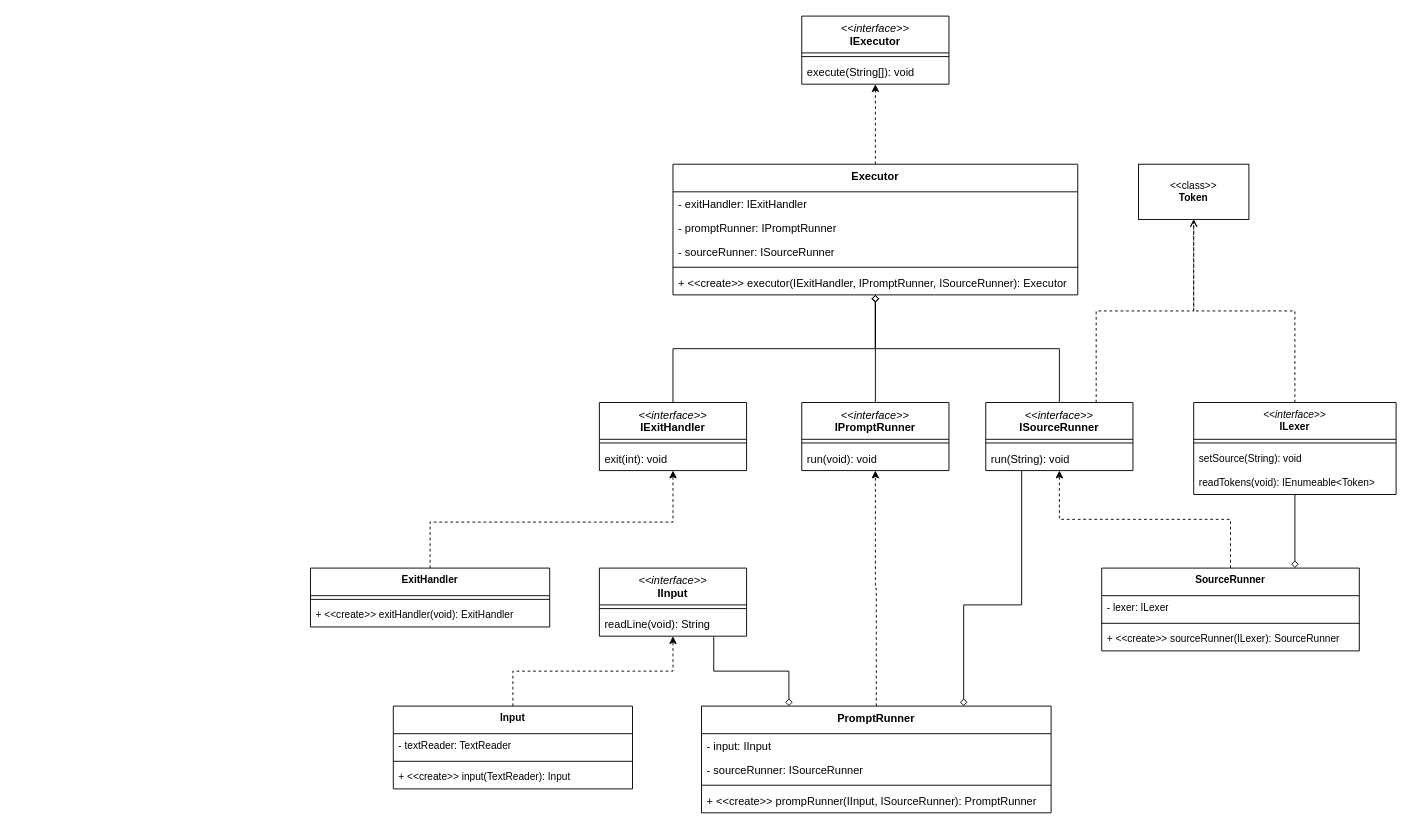
sradms0/lox keeps this draw.io diagram as cslox/doc/uml-class-diagram.drawio. Above is the earlier version. Source tidied: cells renumbered, new cells numbered last; positions are measured from the earlier drawing's top-left corner, leaving out a move shared by most shapes. Both pictures are drawn from the tidied source at 92%, with x=0, y=0 at pixel (310, 16).
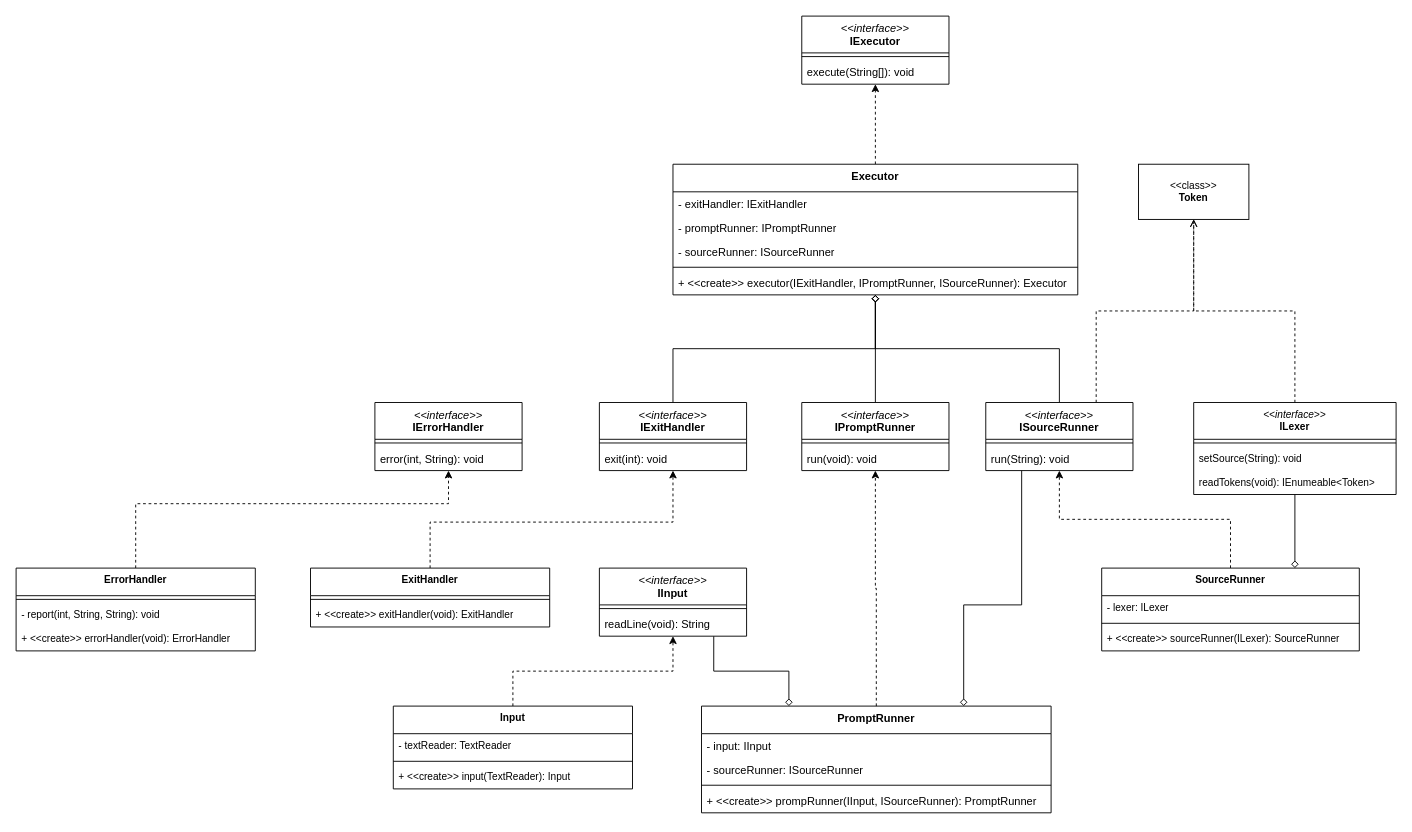
After the change.

Commit message (it also covers changes not shown here):
4.1.1: Add ErrorHandler IErrorHandler implementation unit test (fail).

Diff of the diagram source:
```diff
@@
+    <mxCell id="58" value="&lt;span style=&quot;font-weight: normal;&quot;&gt;&lt;i&gt;&amp;lt;&amp;lt;interface&amp;gt;&amp;gt;&lt;/i&gt;&lt;/span&gt;&lt;div&gt;IErrorHandler&lt;/div&gt;" style="swimlane;fontStyle=1;align=center;verticalAlign=top;horizontal=1;startSize=40;whiteSpace=wrap;html=1;" parent="1" vertex="1">
+      <mxGeometry x="70" y="420" width="160" height="74" as="geometry" />
+    </mxCell>
+    <mxCell id="59" style="line;strokeWidth=1;fillColor=none;align=left;verticalAlign=middle;spacingTop=-1;spacingLeft=3;spacingRight=3;labelPosition=right;strokeColor=inherit;" parent="58" vertex="1">
+      <mxGeometry y="40" width="160" height="8" as="geometry" />
+    </mxCell>
+    <mxCell id="60" value="error(int, String): void" style="text;strokeColor=none;fillColor=none;align=left;verticalAlign=top;spacingLeft=4;spacingRight=4;overflow=hidden;whiteSpace=wrap;html=1;" parent="58" vertex="1">
+      <mxGeometry y="48" width="160" height="26" as="geometry" />
+    </mxCell>
+    <mxCell id="61" style="edgeStyle=orthogonalEdgeStyle;shape=connector;rounded=0;jettySize=auto;html=1;dashed=1;strokeColor=default;align=center;verticalAlign=middle;fontFamily=Helvetica;fontSize=11;fontColor=default;labelBackgroundColor=default;endArrow=classic;endFill=1;" parent="1" edge="1" source="62" target="58">
+      <mxGeometry relative="1" as="geometry">
+        <Array as="points">
+          <mxPoint x="-190" y="530" />
+          <mxPoint x="150" y="530" />
+        </Array>
+      </mxGeometry>
+    </mxCell>
+    <mxCell id="62" value="ErrorHandler" style="swimlane;fontStyle=1;align=center;verticalAlign=top;horizontal=1;startSize=30;whiteSpace=wrap;html=1;fontFamily=Helvetica;fontSize=11;fontColor=default;labelBackgroundColor=default;" parent="1" vertex="1">
+      <mxGeometry x="-320" y="600" width="260" height="90" as="geometry" />
+    </mxCell>
+    <mxCell id="63" style="line;strokeWidth=1;fillColor=none;align=left;verticalAlign=middle;spacingTop=-1;spacingLeft=3;spacingRight=3;labelPosition=right;strokeColor=inherit;fontFamily=Helvetica;fontSize=11;fontColor=default;labelBackgroundColor=default;" parent="62" vertex="1">
+      <mxGeometry y="30" width="260" height="8" as="geometry" />
+    </mxCell>
+    <mxCell id="64" value="- report(int, String, String): void" style="text;strokeColor=none;fillColor=none;align=left;verticalAlign=top;spacingLeft=4;spacingRight=4;overflow=hidden;whiteSpace=wrap;html=1;fontFamily=Helvetica;fontSize=11;fontColor=default;labelBackgroundColor=default;" parent="62" vertex="1">
+      <mxGeometry y="38" width="260" height="26" as="geometry" />
+    </mxCell>
+    <mxCell id="65" value="+ &amp;lt;&amp;lt;create&amp;gt;&amp;gt; errorHandler(void): ErrorHandler" style="text;strokeColor=none;fillColor=none;align=left;verticalAlign=top;spacingLeft=4;spacingRight=4;overflow=hidden;whiteSpace=wrap;html=1;fontFamily=Helvetica;fontSize=11;fontColor=default;labelBackgroundColor=default;" parent="62" vertex="1">
+      <mxGeometry y="64" width="260" height="26" as="geometry" />
+    </mxCell>
```
